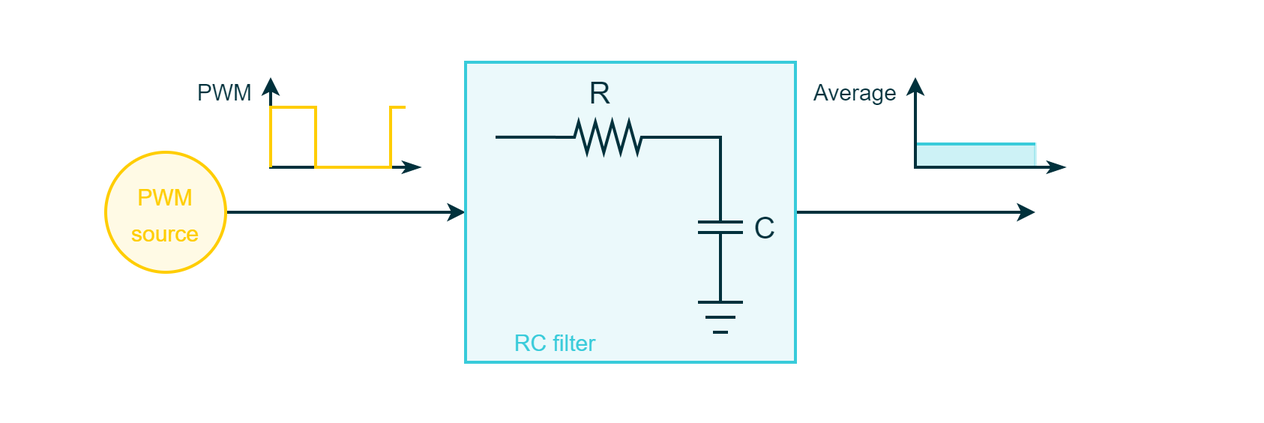
The draw.io diagram draw.io/PE Articles/General knowledge/Fundamentals/PWM 101 from Duty Cycle to Motor Control/Block diagram PWM RC filter (PE).png in PLAY-Embedded/pe_assets, before a commit. Source tidied: cells renumbered, new cells last; positions are measured from the earlier drawing's top-left corner, leaving out a move shared by most shapes. The source it was exported from:
```xml
<mxGraphModel>
  <root>
    <mxCell id="0" />
    <mxCell id="1" parent="0" />
    <mxCell id="2" style="rounded=0;whiteSpace=wrap;html=1;strokeColor=#00313C;strokeWidth=2;fontFamily=Arial;fontSize=20;fontColor=#FFFFFF;fillColor=#00313C;opacity=0;" parent="1" vertex="1">
      <mxGeometry width="840" height="280" as="geometry" />
    </mxCell>
    <mxCell id="3" style="rounded=0;whiteSpace=wrap;html=1;fontFamily=Arial;fontSize=10;fontColor=#FFFFFF;strokeColor=#38CBDA;strokeWidth=2;fillColor=#38CBDA;opacity=25;" parent="1" vertex="1">
      <mxGeometry x="610" y="94.5" width="80" height="15.5" as="geometry" />
    </mxCell>
    <mxCell id="4" style="endArrow=classic;html=1;rounded=0;strokeColor=#00313C;strokeWidth=2;fontFamily=Arial;fontSize=20;fontColor=#101820;fillColor=#D8E0E1;entryX=0;entryY=0.5;entryDx=0;entryDy=0;exitX=1;exitY=0.5;exitDx=0;exitDy=0;" parent="1" edge="1" source="5">
      <mxGeometry relative="1" as="geometry">
        <mxPoint x="310" y="140" as="targetPoint" />
      </mxGeometry>
    </mxCell>
    <mxCell id="5" value="&lt;font style=&quot;font-size: 15px;&quot;&gt;PWM&lt;br&gt;source&lt;/font&gt;" style="ellipse;whiteSpace=wrap;html=1;strokeColor=#FFCD00;strokeWidth=2;fontFamily=Arial;fontSize=20;fontColor=#FFCD00;fillColor=#FFFAE5;rounded=0;" parent="1" vertex="1">
      <mxGeometry x="70" y="100" width="80" height="80" as="geometry" />
    </mxCell>
    <mxCell id="6" style="endArrow=classicThin;html=1;rounded=0;strokeColor=#00313C;strokeWidth=2;fontFamily=Arial;fontSize=20;fontColor=#101820;fillColor=#00313C;startArrow=classic;startFill=1;endFill=1;" parent="1" edge="1">
      <mxGeometry relative="1" as="geometry">
        <mxPoint x="180" y="50" as="sourcePoint" />
        <mxPoint x="280" y="110" as="targetPoint" />
        <Array as="points">
          <mxPoint x="180" y="110" />
        </Array>
      </mxGeometry>
    </mxCell>
    <mxCell id="7" style="endArrow=none;html=1;rounded=0;strokeColor=#FFCD00;strokeWidth=2;fontFamily=Arial;fontSize=20;fontColor=#FFCD00;fillColor=#FFFAE5;" parent="1" edge="1">
      <mxGeometry relative="1" as="geometry">
        <mxPoint x="180" y="110" as="sourcePoint" />
        <mxPoint x="270" y="70" as="targetPoint" />
        <Array as="points">
          <mxPoint x="180" y="70" />
          <mxPoint x="210" y="70" />
          <mxPoint x="210" y="110" />
          <mxPoint x="260" y="110" />
          <mxPoint x="260" y="70" />
        </Array>
      </mxGeometry>
    </mxCell>
    <mxCell id="8" style="endArrow=none;html=1;rounded=0;strokeColor=#38CBDA;strokeWidth=2;fontFamily=Arial;fontSize=20;fontColor=#101820;fillColor=#38CBDA;" parent="1" edge="1">
      <mxGeometry relative="1" as="geometry">
        <mxPoint x="610" y="94.5" as="sourcePoint" />
        <mxPoint x="690" y="94.5" as="targetPoint" />
      </mxGeometry>
    </mxCell>
    <mxCell id="9" style="endArrow=classicThin;html=1;rounded=0;strokeColor=#00313C;strokeWidth=2;fontFamily=Arial;fontSize=20;fontColor=#101820;fillColor=#00313C;startArrow=classic;startFill=1;endFill=1;" parent="1" edge="1">
      <mxGeometry relative="1" as="geometry">
        <mxPoint x="610" y="50" as="sourcePoint" />
        <mxPoint x="710" y="110" as="targetPoint" />
        <Array as="points">
          <mxPoint x="610" y="110" />
        </Array>
      </mxGeometry>
    </mxCell>
    <mxCell id="10" style="endArrow=classic;html=1;rounded=0;strokeColor=#00313C;strokeWidth=2;fontFamily=Arial;fontSize=20;fontColor=#101820;fillColor=#D8E0E1;exitX=1;exitY=0.5;exitDx=0;exitDy=0;" parent="1" edge="1">
      <mxGeometry relative="1" as="geometry">
        <mxPoint x="530" y="140" as="sourcePoint" />
        <mxPoint x="690" y="140" as="targetPoint" />
      </mxGeometry>
    </mxCell>
    <mxCell id="11" value="&lt;font style=&quot;font-size: 15px;&quot; color=&quot;#00313c&quot;&gt;PWM&lt;/font&gt;" style="rounded=0;whiteSpace=wrap;html=1;strokeColor=none;strokeWidth=2;fillColor=none;fontFamily=Arial;fontSize=16;fontColor=#3D3F4F;align=right;" parent="1" vertex="1">
      <mxGeometry x="110" y="50" width="60" height="20" as="geometry" />
    </mxCell>
    <mxCell id="12" value="&lt;font style=&quot;font-size: 15px;&quot; color=&quot;#00313c&quot;&gt;Average&lt;/font&gt;" style="rounded=0;whiteSpace=wrap;html=1;strokeColor=none;strokeWidth=2;fillColor=none;fontFamily=Arial;fontSize=16;fontColor=#3D3F4F;align=right;" parent="1" vertex="1">
      <mxGeometry x="540" y="50" width="60" height="20" as="geometry" />
    </mxCell>
    <mxCell id="13" style="rounded=0;whiteSpace=wrap;html=1;strokeColor=#38CBDA;strokeWidth=2;fontFamily=Arial;fontSize=20;fontColor=#38CBDA;fillColor=#EBF9FB;" parent="1" vertex="1">
      <mxGeometry x="310" y="40" width="220" height="200" as="geometry" />
    </mxCell>
    <mxCell id="14" value="&lt;font style=&quot;font-size: 15px;&quot;&gt;RC filter&lt;/font&gt;" style="rounded=0;whiteSpace=wrap;html=1;strokeColor=none;strokeWidth=2;fontFamily=Arial;fontSize=20;fontColor=#38CBDA;fillColor=none;" parent="1" vertex="1">
      <mxGeometry x="310" y="210" width="120" height="30" as="geometry" />
    </mxCell>
    <mxCell id="15" style="verticalLabelPosition=bottom;shadow=0;dashed=0;align=center;html=1;verticalAlign=top;shape=mxgraph.electrical.resistors.resistor_2;strokeColor=#00313C;strokeWidth=2;fontFamily=Arial;fontSize=20;fontColor=#FFFFFF;fillColor=#00313C;direction=west;flipH=0;" parent="1" vertex="1">
      <mxGeometry x="370" y="80" width="70" height="20" as="geometry" />
    </mxCell>
    <mxCell id="16" style="verticalLabelPosition=bottom;shadow=0;dashed=0;align=center;html=1;verticalAlign=top;shape=mxgraph.electrical.capacitors.capacitor_1;strokeColor=#00313C;strokeWidth=2;fontFamily=Arial;fontSize=20;fontColor=#FFFFFF;fillColor=#00313C;rotation=90;" parent="1" vertex="1">
      <mxGeometry x="445" y="135" width="70" height="30" as="geometry" />
    </mxCell>
    <mxCell id="17" style="group;" parent="1" vertex="1">
      <mxGeometry x="465" y="200" width="30" height="20" as="geometry" />
    </mxCell>
    <mxCell id="18" style="endArrow=none;html=1;rounded=0;strokeColor=#00313C;strokeWidth=2;fontFamily=Arial;fontSize=20;fontColor=#101820;fillColor=#00313C;" parent="17" edge="1">
      <mxGeometry relative="1" as="geometry">
        <mxPoint as="sourcePoint" />
        <mxPoint x="30" as="targetPoint" />
      </mxGeometry>
    </mxCell>
    <mxCell id="19" style="endArrow=none;html=1;rounded=0;strokeColor=#00313C;strokeWidth=2;fontFamily=Arial;fontSize=20;fontColor=#101820;fillColor=#00313C;" parent="17" edge="1">
      <mxGeometry relative="1" as="geometry">
        <mxPoint x="5" y="10" as="sourcePoint" />
        <mxPoint x="25" y="10" as="targetPoint" />
      </mxGeometry>
    </mxCell>
    <mxCell id="20" style="endArrow=none;html=1;rounded=0;strokeColor=#00313C;strokeWidth=2;fontFamily=Arial;fontSize=20;fontColor=#101820;fillColor=#00313C;" parent="17" edge="1">
      <mxGeometry relative="1" as="geometry">
        <mxPoint x="10" y="20" as="sourcePoint" />
        <mxPoint x="20" y="20" as="targetPoint" />
      </mxGeometry>
    </mxCell>
    <mxCell id="21" style="endArrow=none;html=1;rounded=0;strokeColor=#00313C;strokeWidth=2;fontFamily=Arial;fontSize=20;fontColor=#101820;fillColor=#00313C;entryX=1;entryY=0.5;entryDx=0;entryDy=0;entryPerimeter=0;" parent="17" edge="1">
      <mxGeometry relative="1" as="geometry">
        <mxPoint x="25" as="sourcePoint" />
        <mxPoint x="15" y="-40" as="targetPoint" />
        <Array as="points">
          <mxPoint x="15" />
        </Array>
      </mxGeometry>
    </mxCell>
    <mxCell id="22" value="&lt;font color=&quot;#00313c&quot;&gt;R&lt;/font&gt;" style="rounded=0;whiteSpace=wrap;html=1;strokeColor=none;strokeWidth=2;fontFamily=Arial;fontSize=20;fontColor=#101820;fillColor=none;" parent="1" vertex="1">
      <mxGeometry x="370" y="40" width="60" height="40" as="geometry" />
    </mxCell>
    <mxCell id="23" value="&lt;font color=&quot;#00313c&quot;&gt;C&lt;/font&gt;" style="rounded=0;whiteSpace=wrap;html=1;strokeColor=none;strokeWidth=2;fontFamily=Arial;fontSize=20;fontColor=#101820;fillColor=none;" parent="1" vertex="1">
      <mxGeometry x="490" y="130" width="40" height="40" as="geometry" />
    </mxCell>
    <mxCell id="24" style="endArrow=none;html=1;rounded=0;strokeColor=#00313C;strokeWidth=2;fontFamily=Arial;fontSize=20;fontColor=#101820;fillColor=#00313C;entryX=0;entryY=0.5;entryDx=0;entryDy=0;entryPerimeter=0;" parent="1" edge="1" target="16">
      <mxGeometry relative="1" as="geometry">
        <mxPoint x="440" y="90" as="sourcePoint" />
        <Array as="points">
          <mxPoint x="480" y="90" />
        </Array>
      </mxGeometry>
    </mxCell>
    <mxCell id="25" style="endArrow=none;html=1;rounded=0;strokeColor=#00313C;strokeWidth=2;fontFamily=Arial;fontSize=20;fontColor=#101820;fillColor=#00313C;" parent="1" edge="1">
      <mxGeometry relative="1" as="geometry">
        <mxPoint x="330" y="89.9" as="sourcePoint" />
        <mxPoint x="370" y="89.9" as="targetPoint" />
      </mxGeometry>
    </mxCell>
  </root>
</mxGraphModel>
```
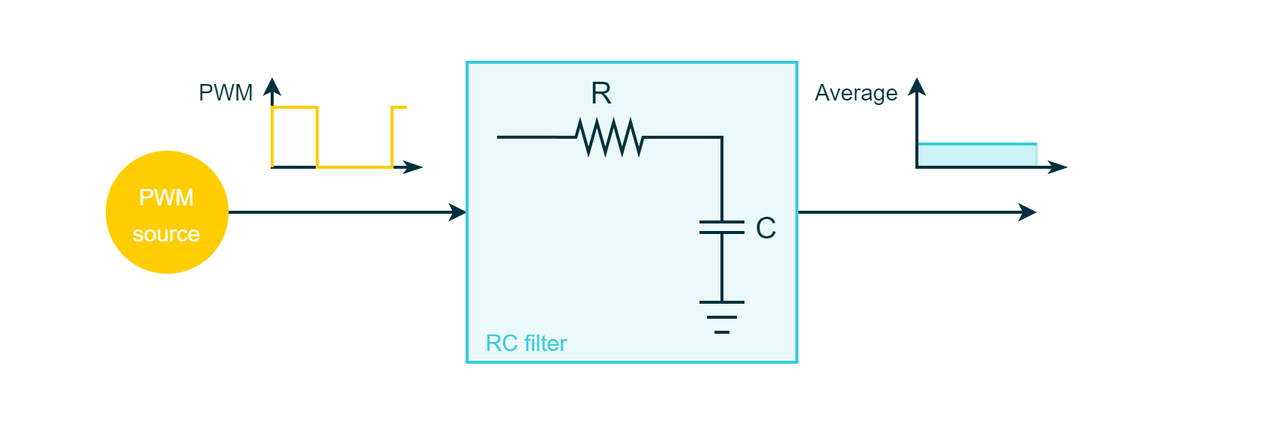
The same file after the commit.

What changed in the source:
```diff
@@ -13,7 +13,7 @@
         <mxPoint x="310" y="140" as="targetPoint" />
       </mxGeometry>
     </mxCell>
-    <mxCell id="5" value="&lt;font style=&quot;font-size: 15px;&quot;&gt;PWM&lt;br&gt;source&lt;/font&gt;" style="ellipse;whiteSpace=wrap;html=1;strokeColor=#FFCD00;strokeWidth=2;fontFamily=Arial;fontSize=20;fontColor=#FFCD00;fillColor=#FFFAE5;rounded=0;" parent="1" vertex="1">
+    <mxCell id="5" value="&lt;font style=&quot;font-size: 15px;&quot;&gt;PWM&lt;br&gt;source&lt;/font&gt;" style="ellipse;whiteSpace=wrap;html=1;strokeColor=#FFCD00;strokeWidth=2;fontFamily=Arial;fontSize=20;fontColor=#FFFFFF;fillColor=#FFCD00;rounded=0;" parent="1" vertex="1">
       <mxGeometry x="70" y="100" width="80" height="80" as="geometry" />
     </mxCell>
     <mxCell id="6" style="endArrow=classicThin;html=1;rounded=0;strokeColor=#00313C;strokeWidth=2;fontFamily=Arial;fontSize=20;fontColor=#101820;fillColor=#00313C;startArrow=classic;startFill=1;endFill=1;" parent="1" edge="1">
@@ -69,7 +69,7 @@
       <mxGeometry x="310" y="40" width="220" height="200" as="geometry" />
     </mxCell>
     <mxCell id="14" value="&lt;font style=&quot;font-size: 15px;&quot;&gt;RC filter&lt;/font&gt;" style="rounded=0;whiteSpace=wrap;html=1;strokeColor=none;strokeWidth=2;fontFamily=Arial;fontSize=20;fontColor=#38CBDA;fillColor=none;" parent="1" vertex="1">
-      <mxGeometry x="310" y="210" width="120" height="30" as="geometry" />
+      <mxGeometry x="310" y="210" width="80" height="30" as="geometry" />
     </mxCell>
     <mxCell id="15" style="verticalLabelPosition=bottom;shadow=0;dashed=0;align=center;html=1;verticalAlign=top;shape=mxgraph.electrical.resistors.resistor_2;strokeColor=#00313C;strokeWidth=2;fontFamily=Arial;fontSize=20;fontColor=#FFFFFF;fillColor=#00313C;direction=west;flipH=0;" parent="1" vertex="1">
       <mxGeometry x="370" y="80" width="70" height="20" as="geometry" />
```
